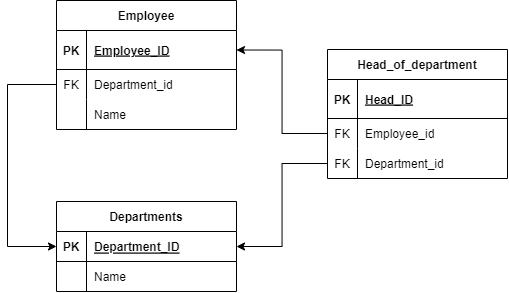
This is Diagram_employee.png from Femarko/DB_Employee, a draw.io export, as it was before one commit. Source tidied: cells renumbered, new cells last; positions are measured from the earlier drawing's top-left corner, leaving out a move shared by most shapes. Its diagram source:
```xml
<mxGraphModel>
  <root>
    <mxCell id="0" />
    <mxCell id="1" parent="0" />
    <mxCell id="2" value="Employee" style="shape=table;startSize=30;rowLines=0;fontStyle=1;align=center;" parent="1" vertex="1">
      <mxGeometry x="49" width="180" height="129" as="geometry" />
    </mxCell>
    <mxCell id="3" style="shape=tableRow;horizontal=0;startSize=0;swimlaneHead=0;swimlaneBody=0;fillColor=none;points=[[0,0.5],[1,0.5]];portConstraint=eastwest;top=0;left=0;right=0;bottom=1;" parent="2" vertex="1">
      <mxGeometry y="30" width="180" height="39" as="geometry" />
    </mxCell>
    <mxCell id="4" value="PK" style="shape=partialRectangle;fillColor=none;top=0;left=0;bottom=0;right=0;fontStyle=1;overflow=hidden;" parent="3" vertex="1">
      <mxGeometry width="30" height="39" as="geometry" />
    </mxCell>
    <mxCell id="5" value="Employee_ID" style="shape=partialRectangle;fillColor=none;top=0;left=0;bottom=0;right=0;align=left;spacingLeft=6;fontStyle=5;overflow=hidden;" parent="3" vertex="1">
      <mxGeometry x="30" width="150" height="39" as="geometry" />
    </mxCell>
    <mxCell id="6" style="shape=tableRow;horizontal=0;startSize=0;swimlaneHead=0;swimlaneBody=0;fillColor=none;points=[[0,0.5],[1,0.5]];portConstraint=eastwest;top=0;left=0;right=0;bottom=0;" parent="2" vertex="1">
      <mxGeometry y="69" width="180" height="30" as="geometry" />
    </mxCell>
    <mxCell id="7" value="FK" style="shape=partialRectangle;fillColor=none;top=0;left=0;bottom=0;right=0;overflow=hidden;" parent="6" vertex="1">
      <mxGeometry width="30" height="30" as="geometry" />
    </mxCell>
    <mxCell id="8" value="Department_id" style="shape=partialRectangle;fillColor=none;top=0;left=0;bottom=0;right=0;align=left;spacingLeft=6;overflow=hidden;" parent="6" vertex="1">
      <mxGeometry x="30" width="150" height="30" as="geometry" />
    </mxCell>
    <mxCell id="9" style="shape=tableRow;horizontal=0;startSize=0;swimlaneHead=0;swimlaneBody=0;fillColor=none;top=0;left=0;right=0;bottom=0;" parent="2" vertex="1">
      <mxGeometry y="99" width="180" height="30" as="geometry" />
    </mxCell>
    <mxCell id="10" style="shape=partialRectangle;fillColor=none;top=0;left=0;bottom=0;right=0;overflow=hidden;" parent="9" vertex="1">
      <mxGeometry width="30" height="30" as="geometry" />
    </mxCell>
    <mxCell id="11" value="Name " style="shape=partialRectangle;fillColor=none;top=0;left=0;bottom=0;right=0;align=left;spacingLeft=6;overflow=hidden;" parent="9" vertex="1">
      <mxGeometry x="30" width="150" height="30" as="geometry" />
    </mxCell>
    <mxCell id="12" value="Departments" style="shape=table;startSize=30;rowLines=0;fontStyle=1;align=center;" parent="1" vertex="1">
      <mxGeometry x="49" y="201" width="180" height="90" as="geometry" />
    </mxCell>
    <mxCell id="13" style="shape=tableRow;horizontal=0;startSize=0;swimlaneHead=0;swimlaneBody=0;fillColor=none;points=[[0,0.5],[1,0.5]];portConstraint=eastwest;top=0;left=0;right=0;bottom=1;" parent="12" vertex="1">
      <mxGeometry y="30" width="180" height="30" as="geometry" />
    </mxCell>
    <mxCell id="14" value="PK" style="shape=partialRectangle;fillColor=none;top=0;left=0;bottom=0;right=0;fontStyle=1;overflow=hidden;" parent="13" vertex="1">
      <mxGeometry width="30" height="30" as="geometry" />
    </mxCell>
    <mxCell id="15" value="Department_ID" style="shape=partialRectangle;fillColor=none;top=0;left=0;bottom=0;right=0;align=left;spacingLeft=6;fontStyle=5;overflow=hidden;" parent="13" vertex="1">
      <mxGeometry x="30" width="150" height="30" as="geometry" />
    </mxCell>
    <mxCell id="16" style="shape=tableRow;horizontal=0;startSize=0;swimlaneHead=0;swimlaneBody=0;fillColor=none;top=0;left=0;right=0;bottom=0;" parent="12" vertex="1">
      <mxGeometry y="60" width="180" height="30" as="geometry" />
    </mxCell>
    <mxCell id="17" style="shape=partialRectangle;fillColor=none;top=0;left=0;bottom=0;right=0;overflow=hidden;" parent="16" vertex="1">
      <mxGeometry width="30" height="30" as="geometry" />
    </mxCell>
    <mxCell id="18" value="Name " style="shape=partialRectangle;fillColor=none;top=0;left=0;bottom=0;right=0;align=left;spacingLeft=6;overflow=hidden;" parent="16" vertex="1">
      <mxGeometry x="30" width="150" height="30" as="geometry" />
    </mxCell>
    <mxCell id="19" style="edgeStyle=orthogonalEdgeStyle;rounded=0;jettySize=auto;html=1;entryX=0;entryY=0.5;entryDx=0;entryDy=0;" parent="1" edge="1" source="6" target="13">
      <mxGeometry relative="1" as="geometry">
        <Array as="points">
          <mxPoint y="84" />
          <mxPoint y="246" />
        </Array>
      </mxGeometry>
    </mxCell>
    <mxCell id="20" value="Head_of_department" style="shape=table;startSize=30;rowLines=0;fontStyle=1;align=center;" parent="1" vertex="1">
      <mxGeometry x="320" y="49" width="180" height="129" as="geometry" />
    </mxCell>
    <mxCell id="21" style="shape=tableRow;horizontal=0;startSize=0;swimlaneHead=0;swimlaneBody=0;fillColor=none;top=0;left=0;right=0;bottom=1;" parent="20" vertex="1">
      <mxGeometry y="30" width="180" height="39" as="geometry" />
    </mxCell>
    <mxCell id="22" value="PK" style="shape=partialRectangle;fillColor=none;top=0;left=0;bottom=0;right=0;fontStyle=1;overflow=hidden;" parent="21" vertex="1">
      <mxGeometry width="30" height="39" as="geometry" />
    </mxCell>
    <mxCell id="23" value="Head_ID" style="shape=partialRectangle;fillColor=none;top=0;left=0;bottom=0;right=0;align=left;spacingLeft=6;fontStyle=5;overflow=hidden;" parent="21" vertex="1">
      <mxGeometry x="30" width="150" height="39" as="geometry" />
    </mxCell>
    <mxCell id="24" style="shape=tableRow;horizontal=0;startSize=0;swimlaneHead=0;swimlaneBody=0;fillColor=none;points=[[0,0.5],[1,0.5]];portConstraint=eastwest;top=0;left=0;right=0;bottom=0;" parent="20" vertex="1">
      <mxGeometry y="69" width="180" height="30" as="geometry" />
    </mxCell>
    <mxCell id="25" value="FK" style="shape=partialRectangle;fillColor=none;top=0;left=0;bottom=0;right=0;overflow=hidden;" parent="24" vertex="1">
      <mxGeometry width="30" height="30" as="geometry" />
    </mxCell>
    <mxCell id="26" value="Employee_id" style="shape=partialRectangle;fillColor=none;top=0;left=0;bottom=0;right=0;align=left;spacingLeft=6;overflow=hidden;" parent="24" vertex="1">
      <mxGeometry x="30" width="150" height="30" as="geometry" />
    </mxCell>
    <mxCell id="27" style="shape=tableRow;horizontal=0;startSize=0;swimlaneHead=0;swimlaneBody=0;fillColor=none;points=[[0,0.5],[1,0.5]];portConstraint=eastwest;top=0;left=0;right=0;bottom=0;" parent="20" vertex="1">
      <mxGeometry y="99" width="180" height="30" as="geometry" />
    </mxCell>
    <mxCell id="28" value="FK" style="shape=partialRectangle;fillColor=none;top=0;left=0;bottom=0;right=0;overflow=hidden;" parent="27" vertex="1">
      <mxGeometry width="30" height="30" as="geometry" />
    </mxCell>
    <mxCell id="29" value="Department_id" style="shape=partialRectangle;fillColor=none;top=0;left=0;bottom=0;right=0;align=left;spacingLeft=6;overflow=hidden;" parent="27" vertex="1">
      <mxGeometry x="30" width="150" height="30" as="geometry" />
    </mxCell>
    <mxCell id="30" style="edgeStyle=orthogonalEdgeStyle;rounded=0;jettySize=auto;html=1;entryX=1;entryY=0.5;entryDx=0;entryDy=0;" parent="1" edge="1" source="24" target="3">
      <mxGeometry relative="1" as="geometry" />
    </mxCell>
    <mxCell id="31" style="edgeStyle=orthogonalEdgeStyle;rounded=0;jettySize=auto;html=1;entryX=1;entryY=0.5;entryDx=0;entryDy=0;" parent="1" edge="1" source="27" target="13">
      <mxGeometry relative="1" as="geometry" />
    </mxCell>
  </root>
</mxGraphModel>
```
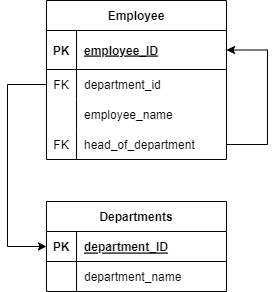
Above is the later version.

What changed in the source:
```diff
@@ -3,7 +3,7 @@
     <mxCell id="0" />
     <mxCell id="1" parent="0" />
     <mxCell id="2" value="Employee" style="shape=table;startSize=30;rowLines=0;fontStyle=1;align=center;" parent="1" vertex="1">
-      <mxGeometry x="49" width="180" height="129" as="geometry" />
+      <mxGeometry x="49" width="180" height="159" as="geometry" />
     </mxCell>
     <mxCell id="3" style="shape=tableRow;horizontal=0;startSize=0;swimlaneHead=0;swimlaneBody=0;fillColor=none;points=[[0,0.5],[1,0.5]];portConstraint=eastwest;top=0;left=0;right=0;bottom=1;" parent="2" vertex="1">
       <mxGeometry y="30" width="180" height="39" as="geometry" />
@@ -11,7 +11,7 @@
     <mxCell id="4" value="PK" style="shape=partialRectangle;fillColor=none;top=0;left=0;bottom=0;right=0;fontStyle=1;overflow=hidden;" parent="3" vertex="1">
       <mxGeometry width="30" height="39" as="geometry" />
     </mxCell>
-    <mxCell id="5" value="Employee_ID" style="shape=partialRectangle;fillColor=none;top=0;left=0;bottom=0;right=0;align=left;spacingLeft=6;fontStyle=5;overflow=hidden;" parent="3" vertex="1">
+    <mxCell id="5" value="employee_ID" style="shape=partialRectangle;fillColor=none;top=0;left=0;bottom=0;right=0;align=left;spacingLeft=6;fontStyle=5;overflow=hidden;" parent="3" vertex="1">
       <mxGeometry x="30" width="150" height="39" as="geometry" />
     </mxCell>
     <mxCell id="6" style="shape=tableRow;horizontal=0;startSize=0;swimlaneHead=0;swimlaneBody=0;fillColor=none;points=[[0,0.5],[1,0.5]];portConstraint=eastwest;top=0;left=0;right=0;bottom=0;" parent="2" vertex="1">
@@ -20,7 +20,7 @@
     <mxCell id="7" value="FK" style="shape=partialRectangle;fillColor=none;top=0;left=0;bottom=0;right=0;overflow=hidden;" parent="6" vertex="1">
       <mxGeometry width="30" height="30" as="geometry" />
     </mxCell>
-    <mxCell id="8" value="Department_id" style="shape=partialRectangle;fillColor=none;top=0;left=0;bottom=0;right=0;align=left;spacingLeft=6;overflow=hidden;" parent="6" vertex="1">
+    <mxCell id="8" value="department_id" style="shape=partialRectangle;fillColor=none;top=0;left=0;bottom=0;right=0;align=left;spacingLeft=6;overflow=hidden;" parent="6" vertex="1">
       <mxGeometry x="30" width="150" height="30" as="geometry" />
     </mxCell>
     <mxCell id="9" style="shape=tableRow;horizontal=0;startSize=0;swimlaneHead=0;swimlaneBody=0;fillColor=none;top=0;left=0;right=0;bottom=0;" parent="2" vertex="1">
@@ -29,9 +29,18 @@
     <mxCell id="10" style="shape=partialRectangle;fillColor=none;top=0;left=0;bottom=0;right=0;overflow=hidden;" parent="9" vertex="1">
       <mxGeometry width="30" height="30" as="geometry" />
     </mxCell>
-    <mxCell id="11" value="Name " style="shape=partialRectangle;fillColor=none;top=0;left=0;bottom=0;right=0;align=left;spacingLeft=6;overflow=hidden;" parent="9" vertex="1">
+    <mxCell id="11" value="employee_name " style="shape=partialRectangle;fillColor=none;top=0;left=0;bottom=0;right=0;align=left;spacingLeft=6;overflow=hidden;" parent="9" vertex="1">
       <mxGeometry x="30" width="150" height="30" as="geometry" />
     </mxCell>
+    <mxCell id="32" style="shape=tableRow;horizontal=0;startSize=0;swimlaneHead=0;swimlaneBody=0;fillColor=none;points=[[0,0.5],[1,0.5]];portConstraint=eastwest;top=0;left=0;right=0;bottom=0;" parent="2" vertex="1">
+      <mxGeometry y="129" width="180" height="30" as="geometry" />
+    </mxCell>
+    <mxCell id="33" value="FK" style="shape=partialRectangle;fillColor=none;top=0;left=0;bottom=0;right=0;overflow=hidden;" parent="32" vertex="1">
+      <mxGeometry width="30" height="30" as="geometry" />
+    </mxCell>
+    <mxCell id="34" value="head_of_department" style="shape=partialRectangle;fillColor=none;top=0;left=0;bottom=0;right=0;align=left;spacingLeft=6;overflow=hidden;" parent="32" vertex="1">
+      <mxGeometry x="30" width="150" height="30" as="geometry" />
+    </mxCell>
     <mxCell id="12" value="Departments" style="shape=table;startSize=30;rowLines=0;fontStyle=1;align=center;" parent="1" vertex="1">
       <mxGeometry x="49" y="201" width="180" height="90" as="geometry" />
     </mxCell>
@@ -41,7 +50,7 @@
     <mxCell id="14" value="PK" style="shape=partialRectangle;fillColor=none;top=0;left=0;bottom=0;right=0;fontStyle=1;overflow=hidden;" parent="13" vertex="1">
       <mxGeometry width="30" height="30" as="geometry" />
     </mxCell>
-    <mxCell id="15" value="Department_ID" style="shape=partialRectangle;fillColor=none;top=0;left=0;bottom=0;right=0;align=left;spacingLeft=6;fontStyle=5;overflow=hidden;" parent="13" vertex="1">
+    <mxCell id="15" value="department_ID" style="shape=partialRectangle;fillColor=none;top=0;left=0;bottom=0;right=0;align=left;spacingLeft=6;fontStyle=5;overflow=hidden;" parent="13" vertex="1">
       <mxGeometry x="30" width="150" height="30" as="geometry" />
     </mxCell>
     <mxCell id="16" style="shape=tableRow;horizontal=0;startSize=0;swimlaneHead=0;swimlaneBody=0;fillColor=none;top=0;left=0;right=0;bottom=0;" parent="12" vertex="1">
@@ -50,52 +59,24 @@
     <mxCell id="17" style="shape=partialRectangle;fillColor=none;top=0;left=0;bottom=0;right=0;overflow=hidden;" parent="16" vertex="1">
       <mxGeometry width="30" height="30" as="geometry" />
     </mxCell>
-    <mxCell id="18" value="Name " style="shape=partialRectangle;fillColor=none;top=0;left=0;bottom=0;right=0;align=left;spacingLeft=6;overflow=hidden;" parent="16" vertex="1">
+    <mxCell id="18" value="department_name " style="shape=partialRectangle;fillColor=none;top=0;left=0;bottom=0;right=0;align=left;spacingLeft=6;overflow=hidden;" parent="16" vertex="1">
       <mxGeometry x="30" width="150" height="30" as="geometry" />
     </mxCell>
     <mxCell id="19" style="edgeStyle=orthogonalEdgeStyle;rounded=0;jettySize=auto;html=1;entryX=0;entryY=0.5;entryDx=0;entryDy=0;" parent="1" edge="1" source="6" target="13">
       <mxGeometry relative="1" as="geometry">
         <Array as="points">
-          <mxPoint y="84" />
-          <mxPoint y="246" />
+          <mxPoint x="10" y="84" />
+          <mxPoint x="10" y="246" />
         </Array>
       </mxGeometry>
     </mxCell>
-    <mxCell id="20" value="Head_of_department" style="shape=table;startSize=30;rowLines=0;fontStyle=1;align=center;" parent="1" vertex="1">
-      <mxGeometry x="320" y="49" width="180" height="129" as="geometry" />
-    </mxCell>
-    <mxCell id="21" style="shape=tableRow;horizontal=0;startSize=0;swimlaneHead=0;swimlaneBody=0;fillColor=none;top=0;left=0;right=0;bottom=1;" parent="20" vertex="1">
-      <mxGeometry y="30" width="180" height="39" as="geometry" />
-    </mxCell>
-    <mxCell id="22" value="PK" style="shape=partialRectangle;fillColor=none;top=0;left=0;bottom=0;right=0;fontStyle=1;overflow=hidden;" parent="21" vertex="1">
-      <mxGeometry width="30" height="39" as="geometry" />
-    </mxCell>
-    <mxCell id="23" value="Head_ID" style="shape=partialRectangle;fillColor=none;top=0;left=0;bottom=0;right=0;align=left;spacingLeft=6;fontStyle=5;overflow=hidden;" parent="21" vertex="1">
-      <mxGeometry x="30" width="150" height="39" as="geometry" />
-    </mxCell>
-    <mxCell id="24" style="shape=tableRow;horizontal=0;startSize=0;swimlaneHead=0;swimlaneBody=0;fillColor=none;points=[[0,0.5],[1,0.5]];portConstraint=eastwest;top=0;left=0;right=0;bottom=0;" parent="20" vertex="1">
-      <mxGeometry y="69" width="180" height="30" as="geometry" />
-    </mxCell>
-    <mxCell id="25" value="FK" style="shape=partialRectangle;fillColor=none;top=0;left=0;bottom=0;right=0;overflow=hidden;" parent="24" vertex="1">
-      <mxGeometry width="30" height="30" as="geometry" />
-    </mxCell>
-    <mxCell id="26" value="Employee_id" style="shape=partialRectangle;fillColor=none;top=0;left=0;bottom=0;right=0;align=left;spacingLeft=6;overflow=hidden;" parent="24" vertex="1">
-      <mxGeometry x="30" width="150" height="30" as="geometry" />
-    </mxCell>
-    <mxCell id="27" style="shape=tableRow;horizontal=0;startSize=0;swimlaneHead=0;swimlaneBody=0;fillColor=none;points=[[0,0.5],[1,0.5]];portConstraint=eastwest;top=0;left=0;right=0;bottom=0;" parent="20" vertex="1">
-      <mxGeometry y="99" width="180" height="30" as="geometry" />
-    </mxCell>
-    <mxCell id="28" value="FK" style="shape=partialRectangle;fillColor=none;top=0;left=0;bottom=0;right=0;overflow=hidden;" parent="27" vertex="1">
-      <mxGeometry width="30" height="30" as="geometry" />
-    </mxCell>
-    <mxCell id="29" value="Department_id" style="shape=partialRectangle;fillColor=none;top=0;left=0;bottom=0;right=0;align=left;spacingLeft=6;overflow=hidden;" parent="27" vertex="1">
-      <mxGeometry x="30" width="150" height="30" as="geometry" />
-    </mxCell>
-    <mxCell id="30" style="edgeStyle=orthogonalEdgeStyle;rounded=0;jettySize=auto;html=1;entryX=1;entryY=0.5;entryDx=0;entryDy=0;" parent="1" edge="1" source="24" target="3">
-      <mxGeometry relative="1" as="geometry" />
-    </mxCell>
-    <mxCell id="31" style="edgeStyle=orthogonalEdgeStyle;rounded=0;jettySize=auto;html=1;entryX=1;entryY=0.5;entryDx=0;entryDy=0;" parent="1" edge="1" source="27" target="13">
-      <mxGeometry relative="1" as="geometry" />
-    </mxCell>
+    <mxCell id="35" style="edgeStyle=orthogonalEdgeStyle;rounded=0;jettySize=auto;html=1;entryX=1;entryY=0.5;entryDx=0;entryDy=0;" parent="1" edge="1" source="32" target="3">
+      <mxGeometry relative="1" as="geometry">
+        <Array as="points">
+          <mxPoint x="270" y="144" />
+          <mxPoint x="270" y="50" />
+        </Array>
+      </mxGeometry>
+    </mxCell>
   </root>
 </mxGraphModel>
```
